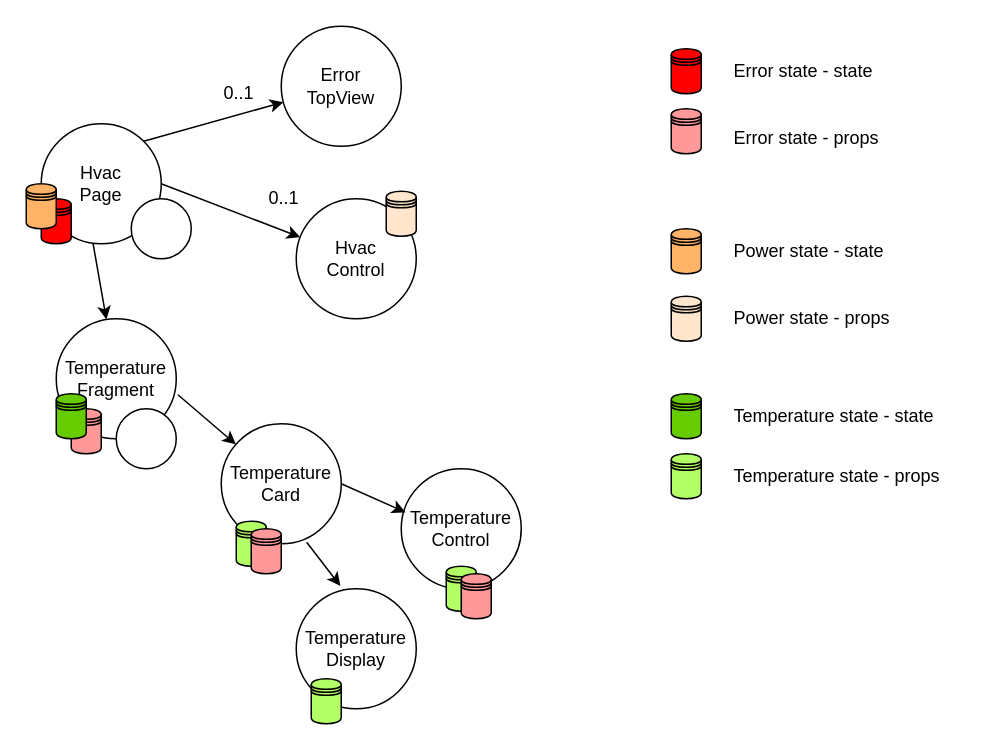
This is page "Page-1" (1 of 3) of LI61D/hvac-ui/diagrams/UI-State.drawio from isel-leic-daw/1920v-public, a draw.io file, before an edit. Source tidied: cells renumbered, new cells numbered last; positions are measured from the earlier drawing's top-left corner, leaving out a move shared by most shapes. Both pictures are drawn from the tidied source at 150%, with x=0, y=0 at pixel (26, 26).
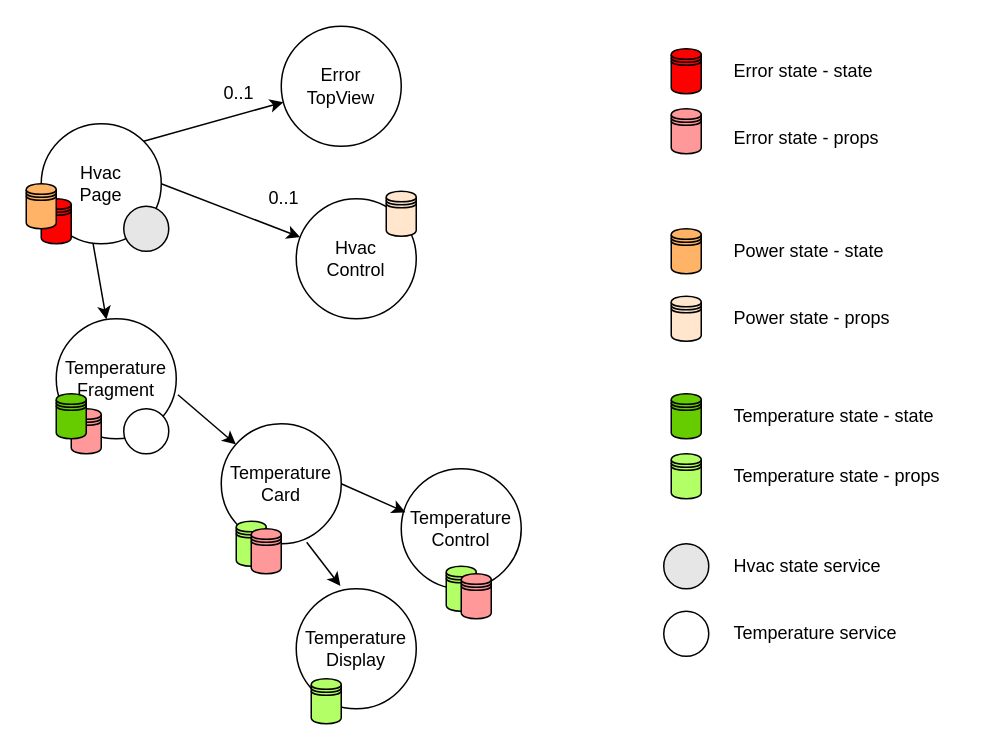
After the change.

Commit message (it also covers changes not shown here):
LI61D: Updates HVAC UI diagrams

What changed in the source:
```diff
@@
     <mxCell id="23" style="ellipse;whiteSpace=wrap;html=1;fillColor=#FFFFFF;" parent="1" vertex="1">
-      <mxGeometry x="60" y="255" width="40" height="40" as="geometry" />
+      <mxGeometry x="65" y="255" width="30" height="30" as="geometry" />
     </mxCell>
@@
-    <mxCell id="40" style="ellipse;whiteSpace=wrap;html=1;fillColor=#FFFFFF;" parent="1" vertex="1">
-      <mxGeometry x="70" y="115" width="40" height="40" as="geometry" />
+    <mxCell id="40" style="ellipse;whiteSpace=wrap;html=1;fillColor=#E6E6E6;" parent="1" vertex="1">
+      <mxGeometry x="65" y="120" width="30" height="30" as="geometry" />
     </mxCell>
+    <mxCell id="41" style="ellipse;whiteSpace=wrap;html=1;fillColor=#E6E6E6;" parent="1" vertex="1">
+      <mxGeometry x="425" y="345" width="30" height="30" as="geometry" />
+    </mxCell>
+    <mxCell id="42" value="Hvac state service" style="text;html=1;align=left;verticalAlign=top;spacingTop=-4;" parent="1" vertex="1">
+      <mxGeometry x="470" y="350" width="110" height="20" as="geometry" />
+    </mxCell>
+    <mxCell id="43" style="ellipse;whiteSpace=wrap;html=1;fillColor=#FFFFFF;" parent="1" vertex="1">
+      <mxGeometry x="425" y="390" width="30" height="30" as="geometry" />
+    </mxCell>
+    <mxCell id="44" value="Temperature service" style="text;html=1;align=left;verticalAlign=top;spacingTop=-4;" parent="1" vertex="1">
+      <mxGeometry x="470" y="395" width="120" height="20" as="geometry" />
+    </mxCell>
```
